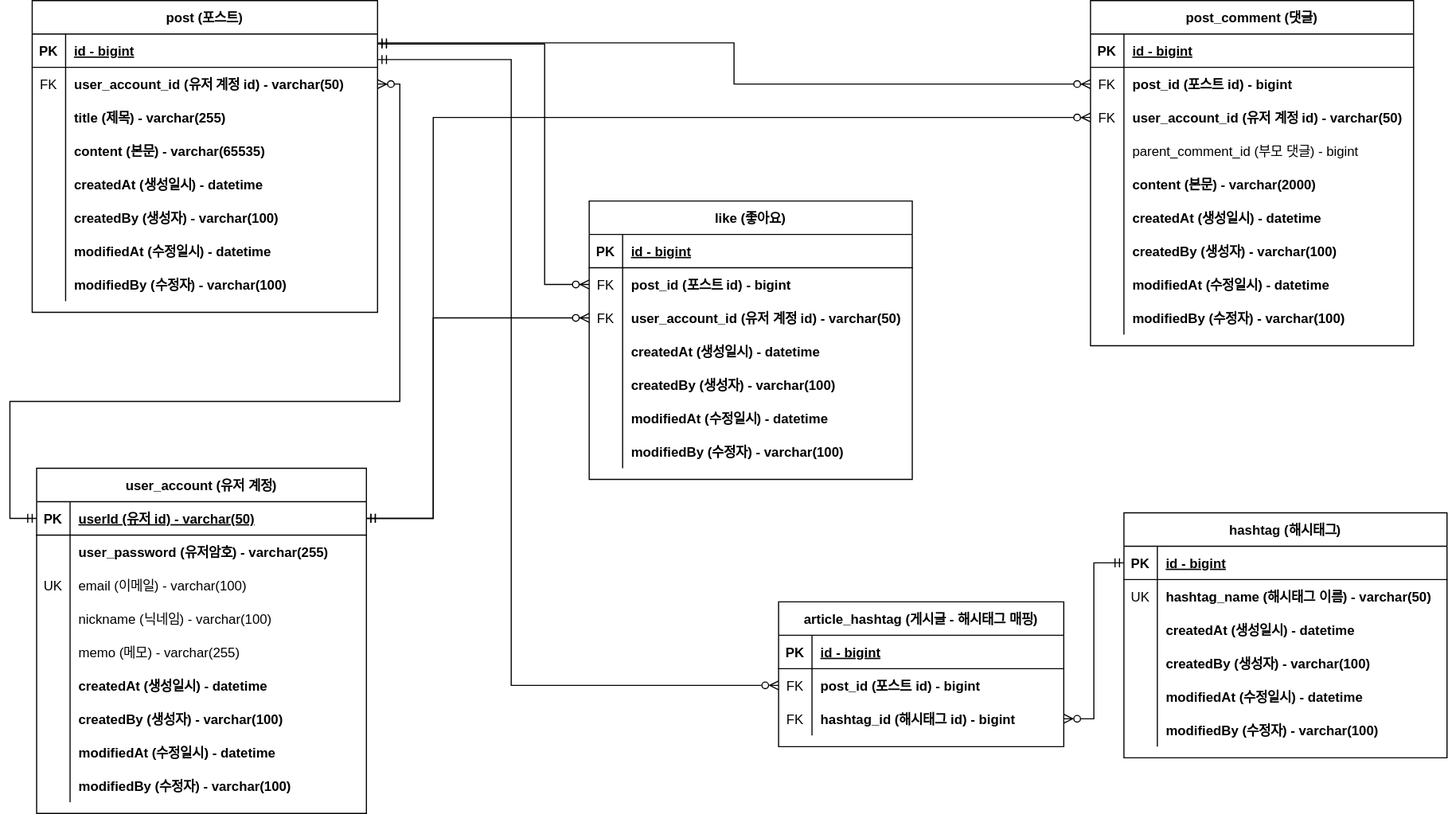
The draw.io diagram doc/project-sns.drawio.svg in ellaCoo/sns, before a commit. Source tidied: cells renumbered, new cells last; positions are measured from the earlier drawing's top-left corner, leaving out a move shared by most shapes.
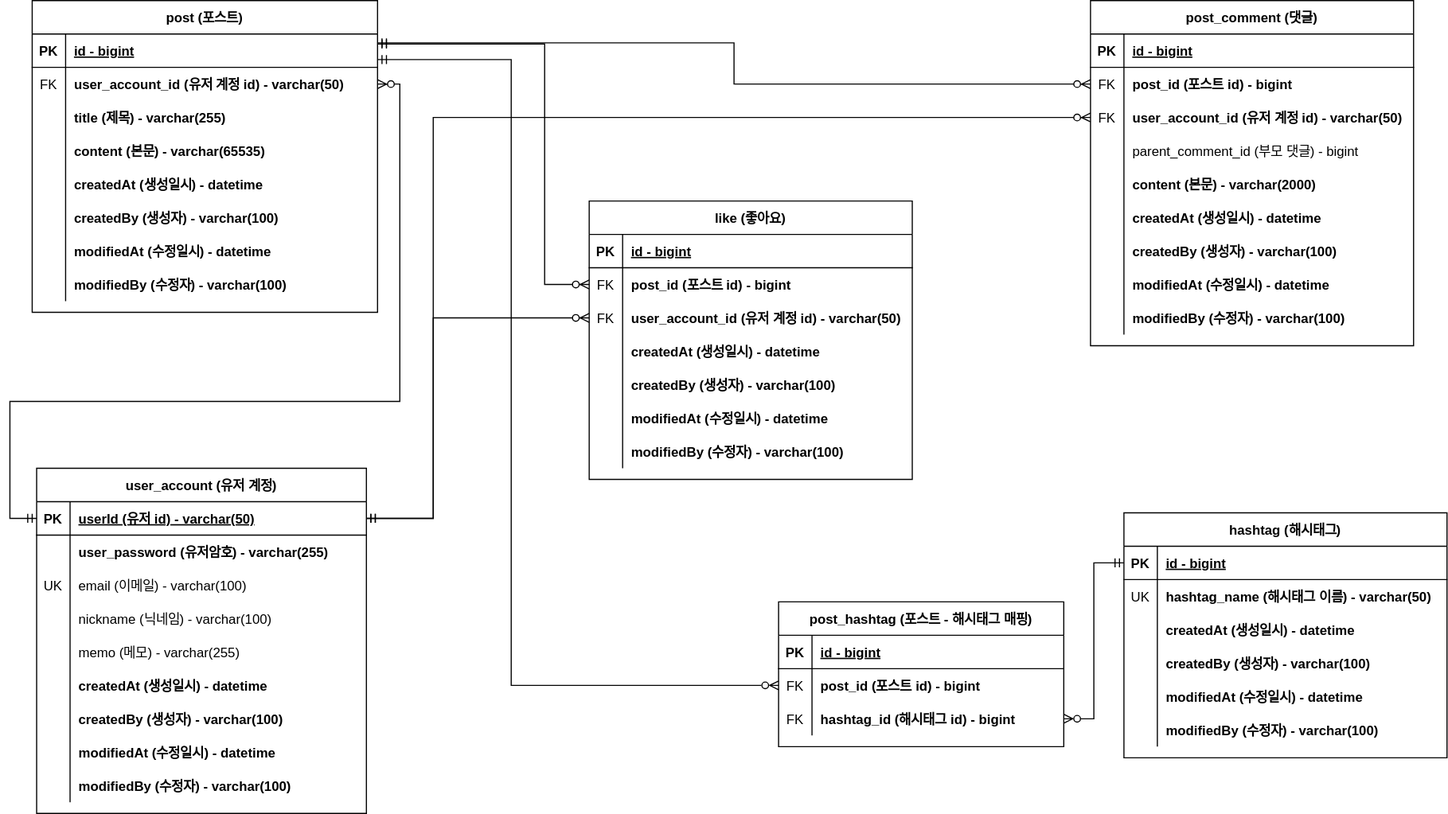
The same file after the commit.

Change to the diagram source:
```diff
@@ -323,7 +323,7 @@
     <mxCell id="104" value="modifiedBy (수정자) - varchar(100)" style="shape=partialRectangle;fillColor=none;top=0;left=0;bottom=0;right=0;align=left;spacingLeft=6;overflow=hidden;fontStyle=1;" parent="102" vertex="1">
       <mxGeometry x="30" width="260" height="30" as="geometry" />
     </mxCell>
-    <mxCell id="105" value="article_hashtag (게시글 - 해시태그 매핑)" style="shape=table;startSize=30;rowLines=0;fontStyle=1;align=center;" parent="1" vertex="1">
+    <mxCell id="105" value="post_hashtag (포스트 - 해시태그 매핑)" style="shape=table;startSize=30;rowLines=0;fontStyle=1;align=center;" parent="1" vertex="1">
       <mxGeometry x="690" y="540" width="256" height="130" as="geometry" />
     </mxCell>
     <mxCell id="106" style="shape=tableRow;horizontal=0;startSize=0;swimlaneHead=0;swimlaneBody=0;fillColor=none;top=0;left=0;right=0;bottom=1;" parent="105" vertex="1">
```
